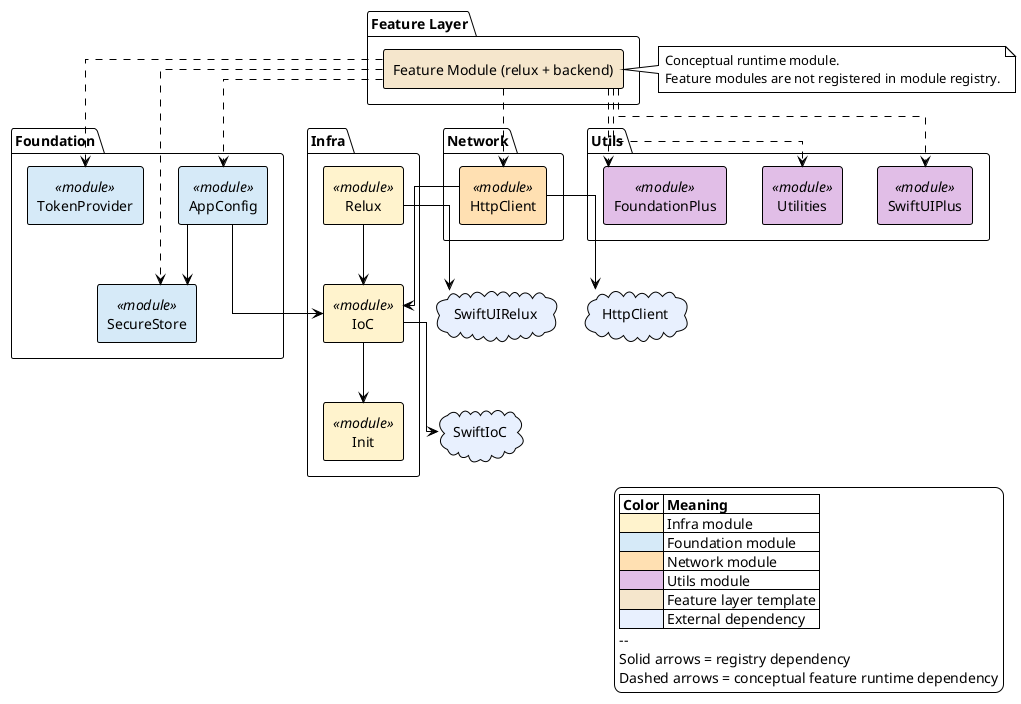
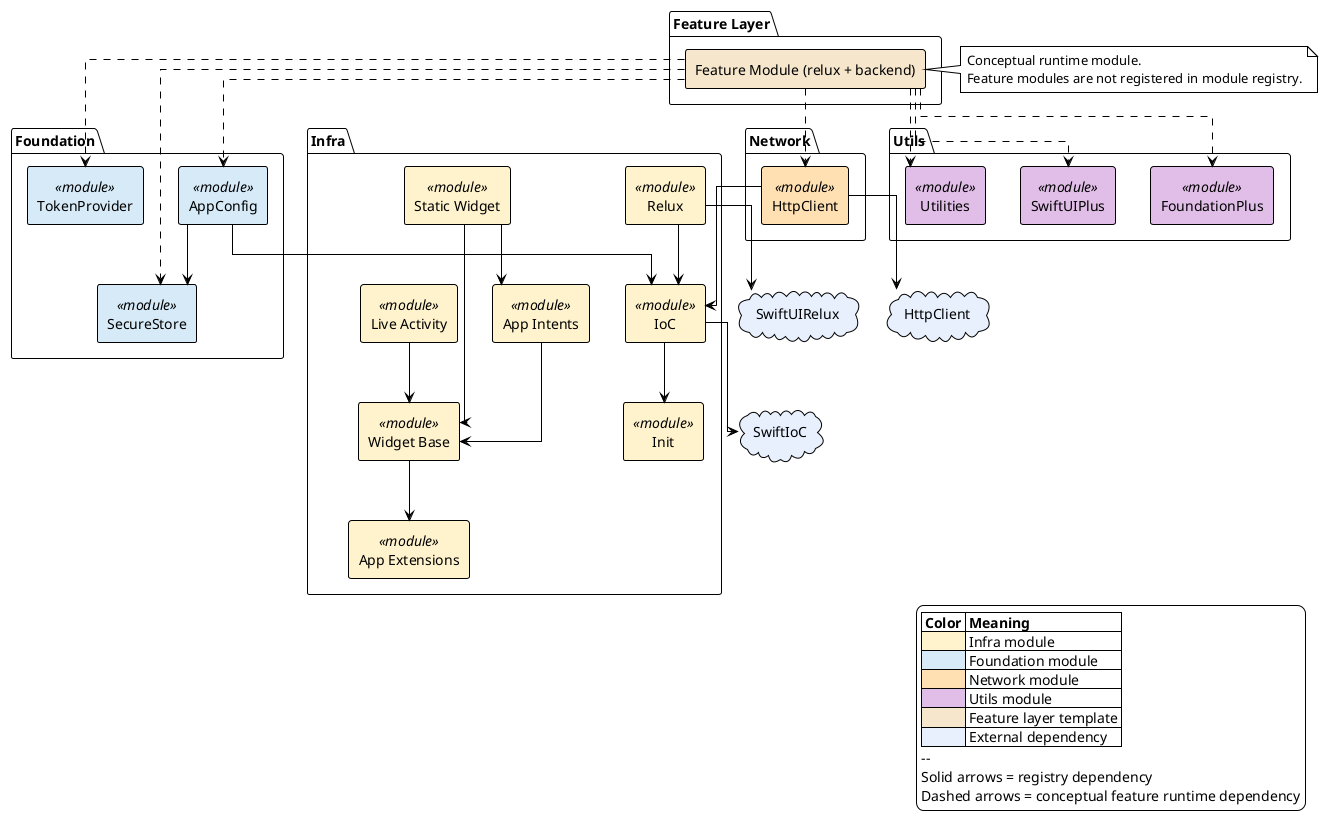
@startuml scaffolding-pipeline
!theme plain

skinparam linetype ortho
skinparam componentStyle rectangle

cloud "HttpClient" as ext_httpclient #E8F0FE
cloud "SwiftIoC" as ext_swiftioc #E8F0FE
cloud "SwiftUIRelux" as ext_swiftuirelux #E8F0FE

package "Infra" {
+   component "App Extensions" as mod_app_extensions <<module>> #FFF3CD
+   component "App Intents" as mod_app_intents <<module>> #FFF3CD
  component "Init" as mod_init <<module>> #FFF3CD
  component "IoC" as mod_ioc <<module>> #FFF3CD
+   component "Live Activity" as mod_live_activity <<module>> #FFF3CD
  component "Relux" as mod_relux <<module>> #FFF3CD
+   component "Static Widget" as mod_static_widget <<module>> #FFF3CD
+   component "Widget Base" as mod_widget_base <<module>> #FFF3CD
}

package "Foundation" {
  component "AppConfig" as mod_app_config <<module>> #D6EAF8
  component "SecureStore" as mod_secure_store <<module>> #D6EAF8
  component "TokenProvider" as mod_token_provider <<module>> #D6EAF8
}

package "Network" {
  component "HttpClient" as mod_http_client <<module>> #FFE0B2
}

package "Utils" {
-   component "Utilities" as mod_utilities <<module>> #E1BEE7
  component "FoundationPlus" as mod_foundation_plus <<module>> #E1BEE7
  component "SwiftUIPlus" as mod_swiftui_plus <<module>> #E1BEE7
+   component "Utilities" as mod_utilities <<module>> #E1BEE7
}

package "Feature Layer" {
  [Feature Module (relux + backend)] as FeatureModule #F5E6CC
}

note right of FeatureModule
  Conceptual runtime module.
  Feature modules are not registered in module registry.
end note

FeatureModule ..> mod_app_config
FeatureModule ..> mod_secure_store
FeatureModule ..> mod_token_provider
FeatureModule ..> mod_http_client
- FeatureModule ..> mod_utilities
FeatureModule ..> mod_foundation_plus
FeatureModule ..> mod_swiftui_plus
+ FeatureModule ..> mod_utilities

+ mod_app_intents --> mod_widget_base
mod_ioc --> mod_init
+ mod_live_activity --> mod_widget_base
mod_relux --> mod_ioc
+ mod_static_widget --> mod_app_intents
+ mod_static_widget --> mod_widget_base
+ mod_widget_base --> mod_app_extensions
mod_app_config --> mod_ioc
mod_app_config --> mod_secure_store
mod_http_client --> mod_ioc

mod_ioc --> ext_swiftioc
mod_relux --> ext_swiftuirelux
mod_http_client --> ext_httpclient

legend right
  |= Color |= Meaning |
  | <#FFF3CD> | Infra module |
  | <#D6EAF8> | Foundation module |
  | <#FFE0B2> | Network module |
  | <#E1BEE7> | Utils module |
  | <#F5E6CC> | Feature layer template |
  | <#E8F0FE> | External dependency |
  --
  Solid arrows = registry dependency
  Dashed arrows = conceptual feature runtime dependency
endlegend

@enduml
